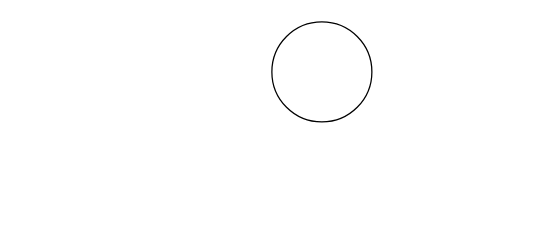
Above: sso.drawio in zhangjiongcn/drawio (draw.io), before the change. Source tidied: cells renumbered, new cells numbered last; positions are measured from the earlier drawing's top-left corner, leaving out a move shared by most shapes. Both pictures are drawn from the tidied source at 125%, with x=0, y=0 at pixel (271, 21).
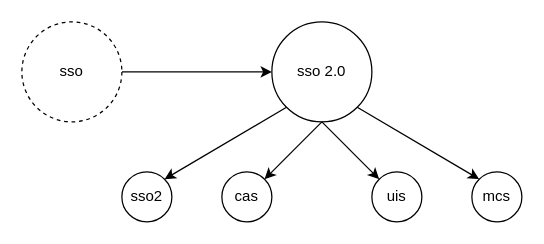
The same page after the edit.

Diff of the diagram source:
```diff
@@
 <mxGraphModel>
   <root>
     <mxCell id="0" />
     <mxCell id="1" parent="0" />
-    <mxCell id="2" style="ellipse;whiteSpace=wrap;html=1;" parent="1" vertex="1">
+    <mxCell id="2" value="sso 2.0" style="ellipse;whiteSpace=wrap;html=1;" parent="1" vertex="1">
       <mxGeometry width="80" height="80" as="geometry" />
     </mxCell>
+    <mxCell id="3" value="sso2" style="ellipse;whiteSpace=wrap;html=1;" parent="1" vertex="1">
+      <mxGeometry x="-120" y="120" width="40" height="40" as="geometry" />
+    </mxCell>
+    <mxCell id="4" value="cas" style="ellipse;whiteSpace=wrap;html=1;" parent="1" vertex="1">
+      <mxGeometry x="-40" y="120" width="40" height="40" as="geometry" />
+    </mxCell>
+    <mxCell id="5" value="uis" style="ellipse;whiteSpace=wrap;html=1;" parent="1" vertex="1">
+      <mxGeometry x="80" y="120" width="40" height="40" as="geometry" />
+    </mxCell>
+    <mxCell id="6" value="mcs" style="ellipse;whiteSpace=wrap;html=1;" parent="1" vertex="1">
+      <mxGeometry x="160" y="120" width="40" height="40" as="geometry" />
+    </mxCell>
+    <mxCell id="7" style="edgeStyle=orthogonalEdgeStyle;rounded=0;jettySize=auto;html=1;" parent="1" edge="1" source="8" target="2">
+      <mxGeometry relative="1" as="geometry" />
+    </mxCell>
+    <mxCell id="8" value="sso" style="ellipse;whiteSpace=wrap;html=1;dashed=1;" parent="1" vertex="1">
+      <mxGeometry x="-200" width="80" height="80" as="geometry" />
+    </mxCell>
+    <mxCell id="9" style="endArrow=classic;html=1;exitX=0;exitY=1;exitDx=0;exitDy=0;entryX=1;entryY=0;entryDx=0;entryDy=0;" parent="1" edge="1" source="2" target="3">
+      <mxGeometry relative="1" as="geometry" />
+    </mxCell>
+    <mxCell id="10" style="endArrow=classic;html=1;exitX=0.5;exitY=1;exitDx=0;exitDy=0;entryX=1;entryY=0;entryDx=0;entryDy=0;" parent="1" edge="1" source="2" target="4">
+      <mxGeometry relative="1" as="geometry" />
+    </mxCell>
+    <mxCell id="11" style="endArrow=classic;html=1;exitX=0.5;exitY=1;exitDx=0;exitDy=0;entryX=0;entryY=0;entryDx=0;entryDy=0;" parent="1" edge="1" source="2" target="5">
+      <mxGeometry relative="1" as="geometry" />
+    </mxCell>
+    <mxCell id="12" style="endArrow=classic;html=1;exitX=1;exitY=1;exitDx=0;exitDy=0;entryX=0;entryY=0;entryDx=0;entryDy=0;" parent="1" edge="1" source="2" target="6">
+      <mxGeometry relative="1" as="geometry" />
+    </mxCell>
   </root>
 </mxGraphModel>
```
